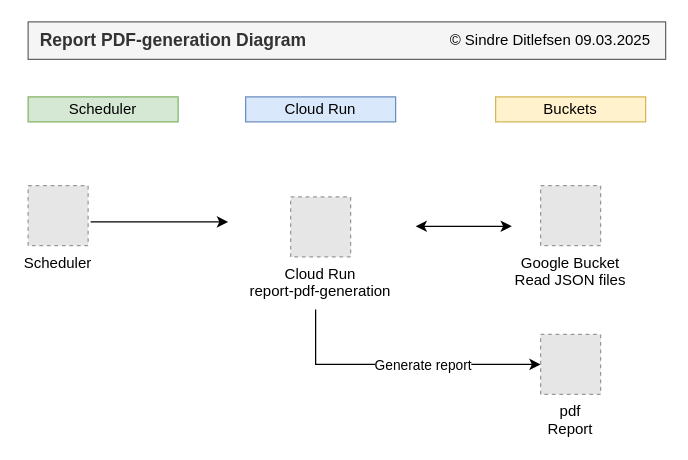
This is report-pdf-generation/_docs/report-pdf-generation-diagram.drawio from ditlef9/python-nextjs-postgresql-devsecops-gcp, a draw.io file, before an edit. Source tidied: cells renumbered, new cells numbered last; positions are measured from the earlier drawing's top-left corner, leaving out a move shared by most shapes. Both pictures are drawn from the tidied source at 125%, with x=0, y=0 at pixel (28, 21). Pictures stored in the file or linked from it are replaced by grey dashed boxes.
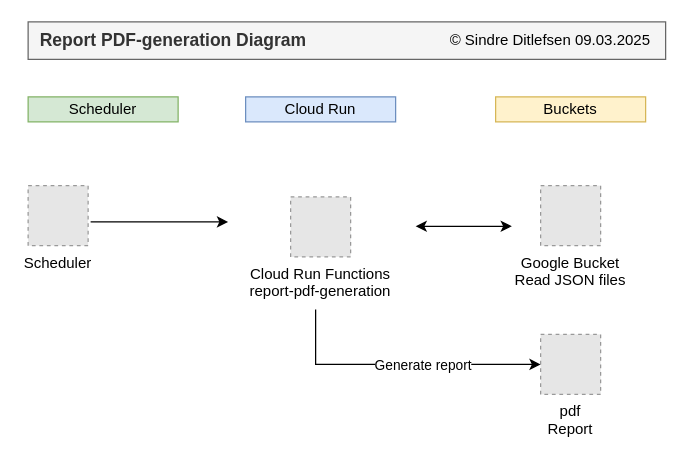
The same diagram, later.

What changed in the source:
```diff
@@
 <mxGraphModel>
   <root>
     <mxCell id="0" />
     <mxCell id="1" parent="0" />
     <mxCell id="2" value="&lt;span style=&quot;font-size: 14px;&quot;&gt;&lt;b&gt;&amp;nbsp; Report PDF-generation Diagram&lt;/b&gt;&lt;/span&gt;" style="rounded=0;whiteSpace=wrap;html=1;fillColor=#f5f5f5;fontColor=#333333;strokeColor=#666666;align=left;" parent="1" vertex="1">
       <mxGeometry width="510" height="30" as="geometry" />
     </mxCell>
     <mxCell id="3" value="© Sindre Ditlefsen 09.03.2025" style="text;html=1;strokeColor=none;fillColor=none;align=right;verticalAlign=middle;whiteSpace=wrap;rounded=0;" parent="1" vertex="1">
       <mxGeometry x="250" width="250" height="30" as="geometry" />
     </mxCell>
     <mxCell id="4" style="endArrow=classic;html=1;rounded=0;" parent="1" edge="1">
       <mxGeometry relative="1" as="geometry">
         <mxPoint x="50" y="160" as="sourcePoint" />
         <mxPoint x="160" y="160" as="targetPoint" />
       </mxGeometry>
     </mxCell>
     <mxCell id="5" value="Google Bucket&#10;Read JSON files" style="fillColor=#E6E6E6;strokeColor=#999999;dashed=1;verticalLabelPosition=bottom;labelBackgroundColor=default;verticalAlign=top;" parent="1" vertex="1">
       <mxGeometry x="410" y="131" width="48" height="48" as="geometry" />
     </mxCell>
     <mxCell id="6" style="endArrow=classic;html=1;rounded=0;exitX=1;exitY=0.5;exitDx=0;exitDy=0;startArrow=classic;startFill=1;" parent="1" edge="1">
       <mxGeometry relative="1" as="geometry">
         <mxPoint x="310" y="163.5" as="sourcePoint" />
         <mxPoint x="387" y="163.5" as="targetPoint" />
       </mxGeometry>
     </mxCell>
     <mxCell id="7" value="Scheduler" style="fillColor=#E6E6E6;strokeColor=#999999;dashed=1;verticalLabelPosition=bottom;labelBackgroundColor=default;verticalAlign=top;" parent="1" vertex="1">
       <mxGeometry y="131" width="48" height="48" as="geometry" />
     </mxCell>
-    <mxCell id="8" value="Cloud Run&#10;report-pdf-generation" style="fillColor=#E6E6E6;strokeColor=#999999;dashed=1;verticalLabelPosition=bottom;labelBackgroundColor=default;verticalAlign=top;" parent="1" vertex="1">
+    <mxCell id="8" value="Cloud Run Functions&#10;report-pdf-generation" style="fillColor=#E6E6E6;strokeColor=#999999;dashed=1;verticalLabelPosition=bottom;labelBackgroundColor=default;verticalAlign=top;" parent="1" vertex="1">
       <mxGeometry x="210" y="140" width="48" height="48" as="geometry" />
     </mxCell>
     <mxCell id="9" value="pdf&#10;Report" style="fillColor=#E6E6E6;strokeColor=#999999;dashed=1;verticalLabelPosition=bottom;labelBackgroundColor=default;verticalAlign=top;" parent="1" vertex="1">
       <mxGeometry x="410" y="250" width="48" height="48" as="geometry" />
     </mxCell>
     <mxCell id="10" style="endArrow=classic;html=1;rounded=0;entryX=0;entryY=0.5;entryDx=0;entryDy=0;" parent="1" edge="1" target="9">
       <mxGeometry relative="1" as="geometry">
         <mxPoint x="230" y="230" as="sourcePoint" />
         <Array as="points">
           <mxPoint x="230" y="274" />
         </Array>
       </mxGeometry>
     </mxCell>
     <mxCell id="11" value="Generate report" style="edgeLabel;html=1;align=center;verticalAlign=middle;" parent="10" vertex="1">
       <mxGeometry x="-0.05" y="1" relative="1" as="geometry">
         <mxPoint x="23" y="1" as="offset" />
       </mxGeometry>
     </mxCell>
     <mxCell id="12" value="Scheduler" style="rounded=0;whiteSpace=wrap;html=1;fillColor=#d5e8d4;strokeColor=#82b366;" parent="1" vertex="1">
       <mxGeometry y="60" width="120" height="20" as="geometry" />
     </mxCell>
     <mxCell id="13" value="Cloud Run" style="rounded=0;whiteSpace=wrap;html=1;fillColor=#dae8fc;strokeColor=#6c8ebf;" parent="1" vertex="1">
       <mxGeometry x="174" y="60" width="120" height="20" as="geometry" />
     </mxCell>
     <mxCell id="14" value="Buckets" style="rounded=0;whiteSpace=wrap;html=1;fillColor=#fff2cc;strokeColor=#d6b656;" parent="1" vertex="1">
       <mxGeometry x="374" y="60" width="120" height="20" as="geometry" />
     </mxCell>
   </root>
 </mxGraphModel>
```
